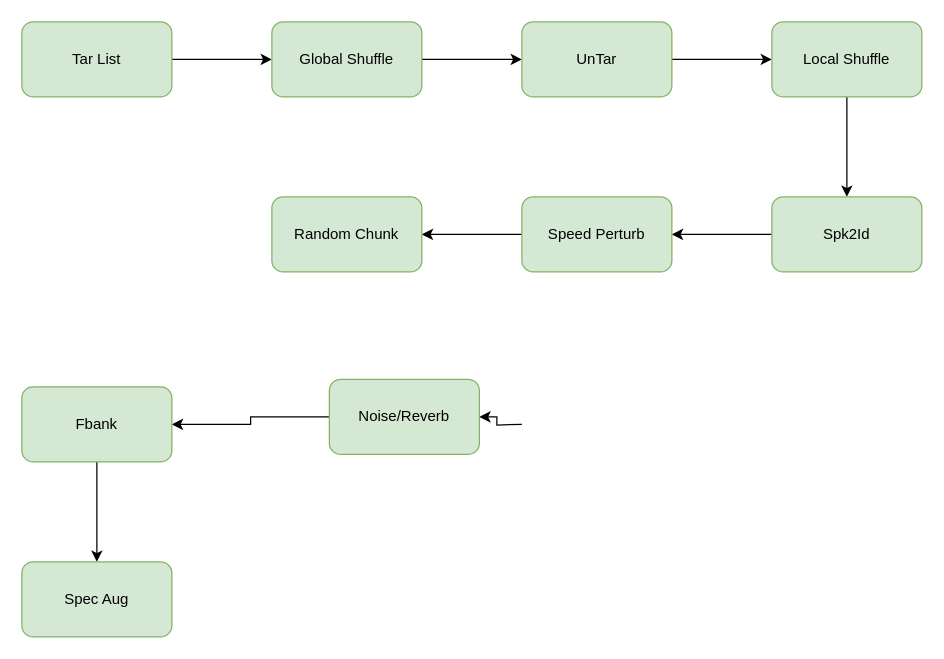
Before: wespeaker_io.drawio in robin1001/draw.io, a draw.io diagram. Source tidied: cells renumbered, new cells numbered last; positions are measured from the earlier drawing's top-left corner, leaving out a move shared by most shapes. Both pictures are drawn from the tidied source at 125%, with x=0, y=0 at pixel (21, 21).
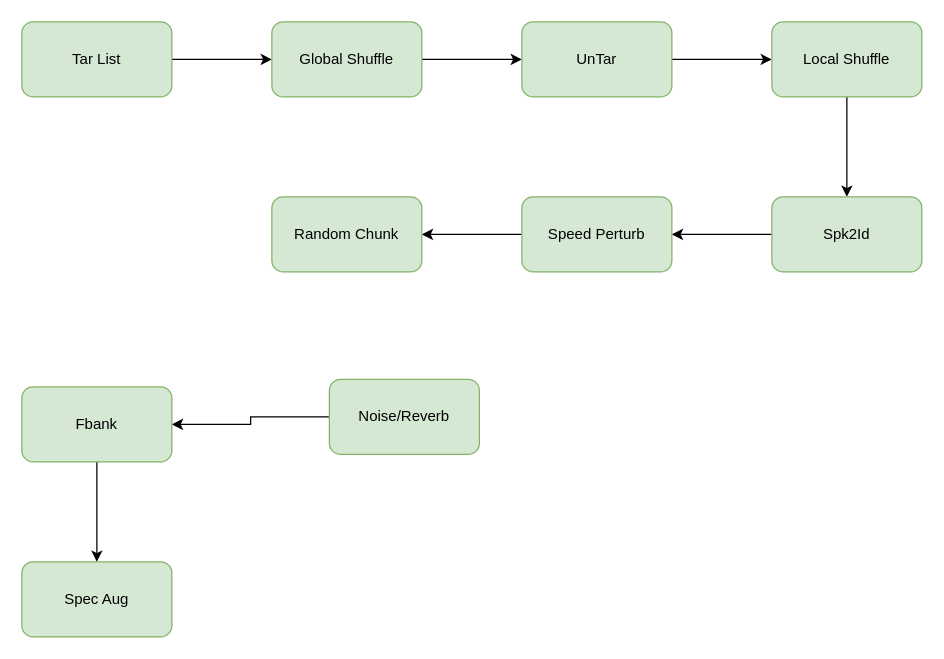
Above is the later version.

Unchanged cells that the change refers to:
```xml
<mxCell id="12" value="Noise/Reverb" style="whiteSpace=wrap;html=1;fillColor=#d5e8d4;strokeColor=#82b366;rounded=1;" parent="1" vertex="1">
  <mxGeometry x="246" y="286" width="120" height="60" as="geometry" />
</mxCell>
```

The edit, as a diff of the source:
```diff
@@
-    <mxCell id="10" style="edgeStyle=orthogonalEdgeStyle;rounded=0;jettySize=auto;html=1;" parent="1" edge="1" target="12">
-      <mxGeometry relative="1" as="geometry">
-        <mxPoint x="400" y="322" as="sourcePoint" />
-      </mxGeometry>
-    </mxCell>
```
